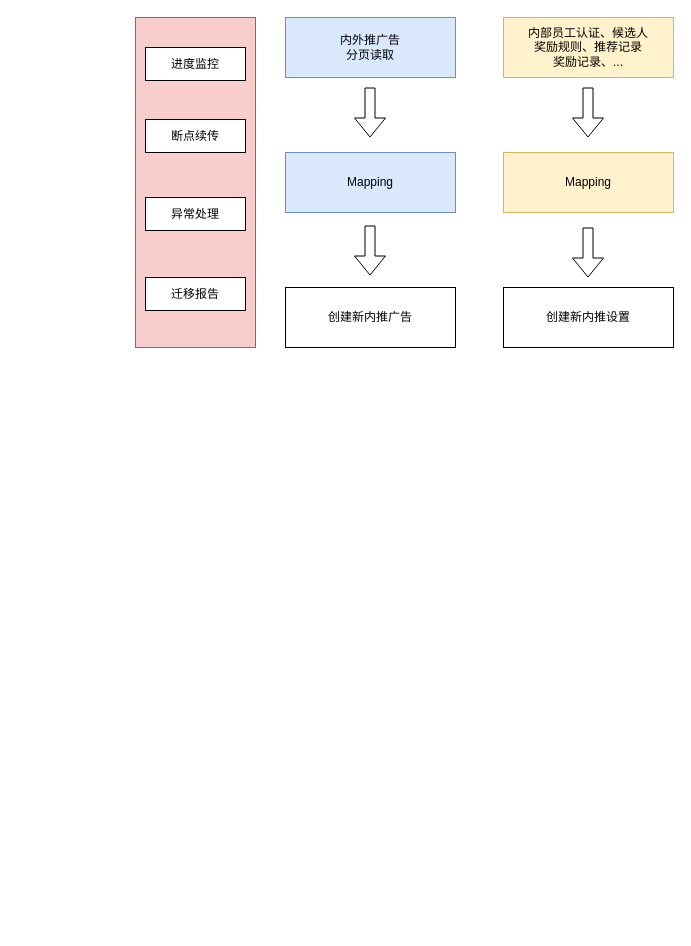
This is 内外推架构.drawio from Lucas20029/A-Beisen-MicroSite-Diagrams, a draw.io file, before an edit. Source tidied: cells renumbered, new cells numbered last; positions are measured from the earlier drawing's top-left corner, leaving out a move shared by most shapes. Both pictures are drawn from the tidied source at 100%, with x=0, y=0 at pixel (135, 17).
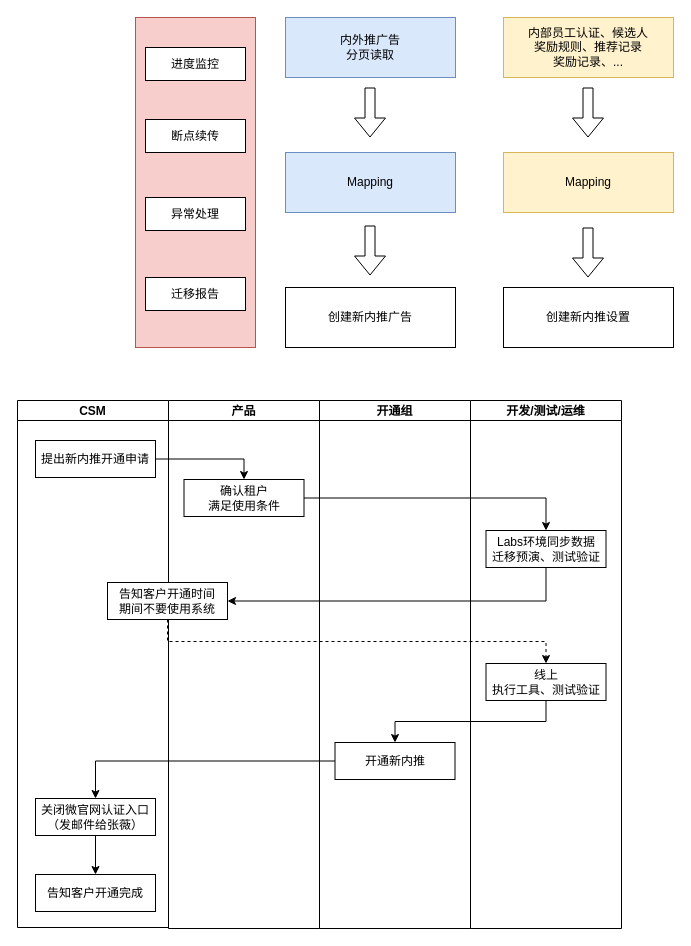
The same diagram, later.

Commit message:
Update 内外推架构.drawio

Diff of the diagram source:
```diff
@@
+    <mxCell id="17" value="CSM" style="swimlane;startSize=20;" parent="1" vertex="1">
+      <mxGeometry x="-118" y="383" width="151" height="527" as="geometry" />
+    </mxCell>
+    <mxCell id="18" value="提出新内推开通申请" style="rounded=0;whiteSpace=wrap;html=1;" parent="17" vertex="1">
+      <mxGeometry x="18" y="40" width="120" height="37" as="geometry" />
+    </mxCell>
+    <mxCell id="19" style="edgeStyle=orthogonalEdgeStyle;rounded=0;jettySize=auto;html=1;exitX=0.5;exitY=1;exitDx=0;exitDy=0;" parent="17" edge="1" source="20" target="21">
+      <mxGeometry relative="1" as="geometry" />
+    </mxCell>
+    <mxCell id="20" value="关闭微官网认证入口&lt;br&gt;（发邮件给张薇）" style="rounded=0;whiteSpace=wrap;html=1;" parent="17" vertex="1">
+      <mxGeometry x="18" y="398" width="120" height="37" as="geometry" />
+    </mxCell>
+    <mxCell id="21" value="告知客户开通完成" style="rounded=0;whiteSpace=wrap;html=1;" parent="17" vertex="1">
+      <mxGeometry x="18" y="474" width="120" height="37" as="geometry" />
+    </mxCell>
+    <mxCell id="22" value="产品" style="swimlane;startSize=20;" parent="1" vertex="1">
+      <mxGeometry x="33" y="383" width="151" height="528" as="geometry" />
+    </mxCell>
+    <mxCell id="23" value="确认租户&lt;br&gt;满足使用条件" style="rounded=0;whiteSpace=wrap;html=1;" parent="22" vertex="1">
+      <mxGeometry x="15.5" y="79" width="120" height="37" as="geometry" />
+    </mxCell>
+    <mxCell id="24" value="开通组" style="swimlane;startSize=20;" parent="1" vertex="1">
+      <mxGeometry x="184" y="383" width="151" height="528" as="geometry" />
+    </mxCell>
+    <mxCell id="25" value="开通新内推" style="rounded=0;whiteSpace=wrap;html=1;" parent="24" vertex="1">
+      <mxGeometry x="15.5" y="342" width="120" height="37" as="geometry" />
+    </mxCell>
+    <mxCell id="26" value="开发/测试/运维" style="swimlane;startSize=20;" parent="1" vertex="1">
+      <mxGeometry x="335" y="383" width="151" height="528" as="geometry" />
+    </mxCell>
+    <mxCell id="27" value="Labs环境同步数据&lt;br&gt;迁移预演、测试验证" style="rounded=0;whiteSpace=wrap;html=1;" parent="26" vertex="1">
+      <mxGeometry x="15.5" y="130" width="120" height="37" as="geometry" />
+    </mxCell>
+    <mxCell id="28" value="线上&lt;br&gt;执行工具、测试验证" style="rounded=0;whiteSpace=wrap;html=1;" parent="26" vertex="1">
+      <mxGeometry x="15.5" y="263" width="120" height="37" as="geometry" />
+    </mxCell>
+    <mxCell id="29" style="edgeStyle=orthogonalEdgeStyle;rounded=0;jettySize=auto;html=1;exitX=0.5;exitY=1;exitDx=0;exitDy=0;entryX=1;entryY=0.5;entryDx=0;entryDy=0;" parent="1" edge="1" source="27" target="33">
+      <mxGeometry relative="1" as="geometry" />
+    </mxCell>
+    <mxCell id="30" style="edgeStyle=orthogonalEdgeStyle;rounded=0;jettySize=auto;html=1;exitX=1;exitY=0.5;exitDx=0;exitDy=0;" parent="1" edge="1" source="18" target="23">
+      <mxGeometry relative="1" as="geometry" />
+    </mxCell>
+    <mxCell id="31" style="edgeStyle=orthogonalEdgeStyle;rounded=0;jettySize=auto;html=1;exitX=1;exitY=0.5;exitDx=0;exitDy=0;" parent="1" edge="1" source="23" target="27">
+      <mxGeometry relative="1" as="geometry" />
+    </mxCell>
+    <mxCell id="32" style="edgeStyle=orthogonalEdgeStyle;rounded=0;jettySize=auto;html=1;exitX=0.5;exitY=1;exitDx=0;exitDy=0;dashed=1;" parent="1" edge="1" source="33" target="28">
+      <mxGeometry relative="1" as="geometry" />
+    </mxCell>
+    <mxCell id="33" value="告知客户开通时间&lt;br&gt;期间不要使用系统" style="rounded=0;whiteSpace=wrap;html=1;" parent="1" vertex="1">
+      <mxGeometry x="-28" y="565" width="120" height="37" as="geometry" />
+    </mxCell>
+    <mxCell id="34" style="edgeStyle=orthogonalEdgeStyle;rounded=0;jettySize=auto;html=1;exitX=0.5;exitY=1;exitDx=0;exitDy=0;entryX=0.5;entryY=0;entryDx=0;entryDy=0;" parent="1" edge="1" source="28" target="25">
+      <mxGeometry relative="1" as="geometry" />
+    </mxCell>
+    <mxCell id="35" style="edgeStyle=orthogonalEdgeStyle;rounded=0;jettySize=auto;html=1;exitX=0;exitY=0.5;exitDx=0;exitDy=0;entryX=0.5;entryY=0;entryDx=0;entryDy=0;" parent="1" edge="1" source="25" target="20">
+      <mxGeometry relative="1" as="geometry" />
+    </mxCell>
```
